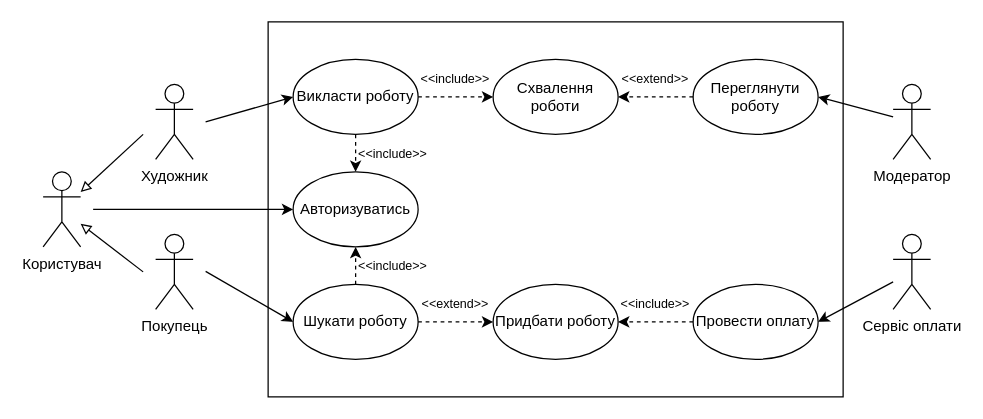
Earlier version of the draw.io diagram 1-SoftwareRequirements/1.3-SoftwareUserRequirements/1.3.3-UseCaseDiagram/PrecedenceDiagram.drawio (oleksandrblazhko/ai203-tokarev). Source tidied: cells renumbered, new cells numbered last; positions are measured from the earlier drawing's top-left corner, leaving out a move shared by most shapes. Both pictures are drawn from the tidied source at 125%, with x=0, y=0 at pixel (42, 21).
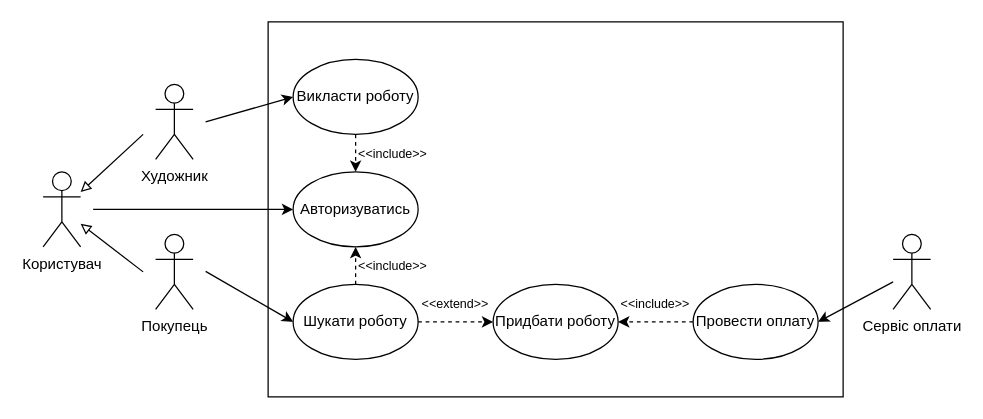
Above is the later version.

Unchanged cells that the change refers to:
```xml
<mxCell id="8" value="Викласти роботу" style="ellipse;whiteSpace=wrap;html=1;" parent="1" vertex="1">
  <mxGeometry x="200" y="30" width="100" height="60" as="geometry" />
</mxCell>
```

What changed in the source:
```diff
@@
-    <mxCell id="6" value="Модератор" style="shape=umlActor;verticalLabelPosition=bottom;verticalAlign=top;html=1;outlineConnect=0;" parent="1" vertex="1">
-      <mxGeometry x="680" y="50" width="30" height="60" as="geometry" />
-    </mxCell>
-    <mxCell id="7" style="edgeStyle=orthogonalEdgeStyle;rounded=0;jettySize=auto;html=1;entryX=0;entryY=0.5;entryDx=0;entryDy=0;dashed=1;fontSize=10;" parent="1" edge="1" source="8" target="11">
-      <mxGeometry relative="1" as="geometry" />
-    </mxCell>
@@
-    <mxCell id="11" value="Схвалення роботи" style="ellipse;whiteSpace=wrap;html=1;" parent="1" vertex="1">
-      <mxGeometry x="360" y="30" width="100" height="60" as="geometry" />
-    </mxCell>
@@
-    <mxCell id="13" value="Переглянути роботу" style="ellipse;whiteSpace=wrap;html=1;" parent="1" vertex="1">
-      <mxGeometry x="520" y="30" width="100" height="60" as="geometry" />
-    </mxCell>
@@
-    <mxCell id="26" style="endArrow=classic;html=1;rounded=0;dashed=1;fontSize=10;exitX=0;exitY=0.5;exitDx=0;exitDy=0;entryX=1;entryY=0.5;entryDx=0;entryDy=0;" parent="1" edge="1" source="13" target="11">
-      <mxGeometry relative="1" as="geometry" />
-    </mxCell>
-    <mxCell id="27" style="endArrow=classic;html=1;rounded=0;fontSize=10;entryX=1;entryY=0.5;entryDx=0;entryDy=0;" parent="1" edge="1" source="6" target="13">
-      <mxGeometry relative="1" as="geometry" />
-    </mxCell>
@@
-    <mxCell id="30" value="&lt;font style=&quot;font-size: 10px;&quot;&gt;&amp;lt;&amp;lt;include&amp;gt;&amp;gt;&lt;/font&gt;" style="text;html=1;strokeColor=none;fillColor=none;align=center;verticalAlign=middle;whiteSpace=wrap;rounded=0;" parent="1" vertex="1">
-      <mxGeometry x="300" y="30" width="60" height="30" as="geometry" />
-    </mxCell>
-    <mxCell id="31" value="&lt;font style=&quot;font-size: 10px;&quot;&gt;&amp;lt;&amp;lt;extend&amp;gt;&amp;gt;&lt;/font&gt;" style="text;html=1;strokeColor=none;fillColor=none;align=center;verticalAlign=middle;whiteSpace=wrap;rounded=0;" parent="1" vertex="1">
-      <mxGeometry x="460" y="30" width="60" height="30" as="geometry" />
-    </mxCell>
```
